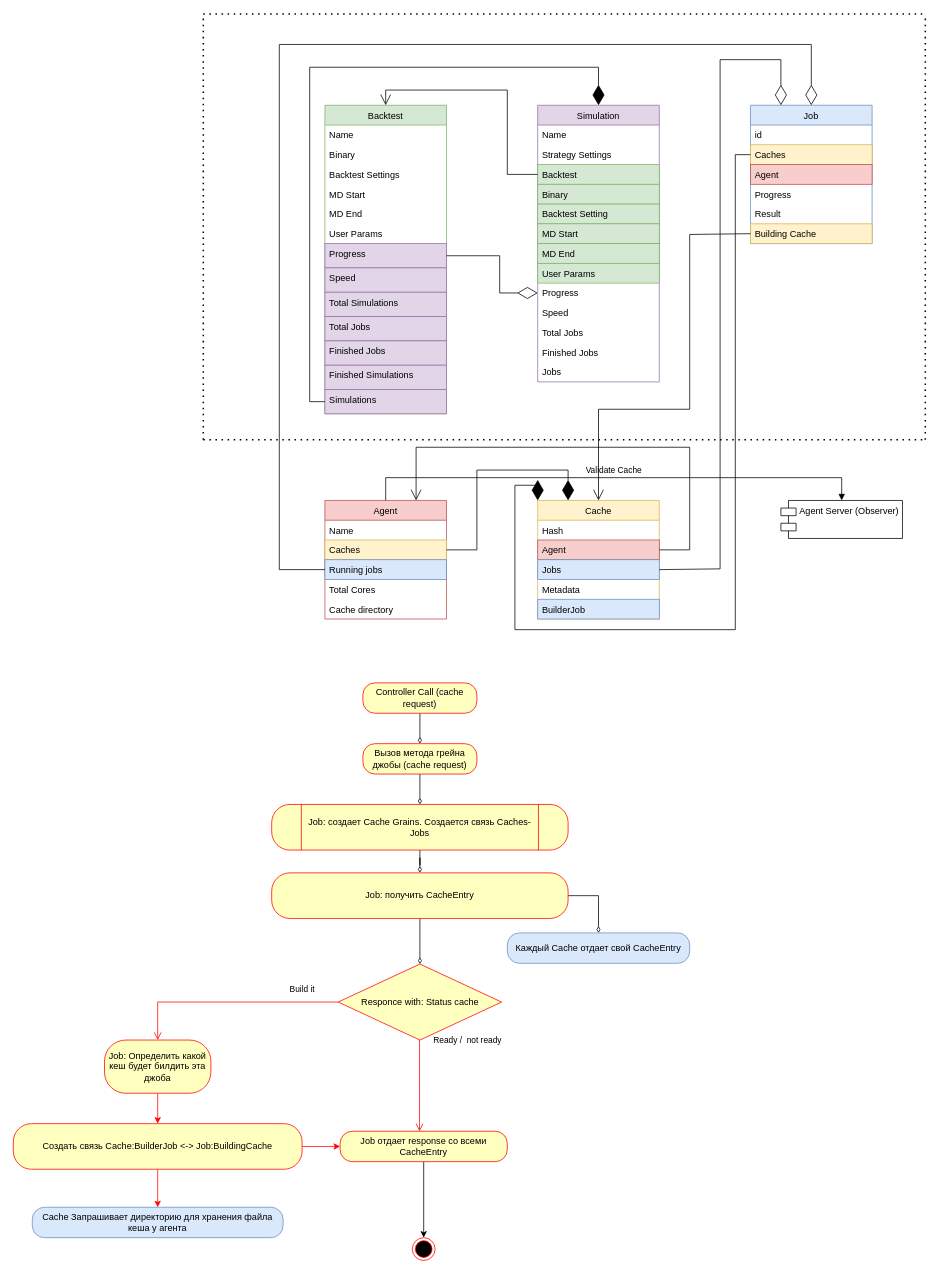
Above: Backtest-Orleans.drawio in aroman35/backtest-unicorn (draw.io), before the change. Source tidied: cells renumbered, new cells numbered last; positions are measured from the earlier drawing's top-left corner, leaving out a move shared by most shapes. Both pictures are drawn from the tidied source at 76%, with x=0, y=0 at pixel (13, 14).
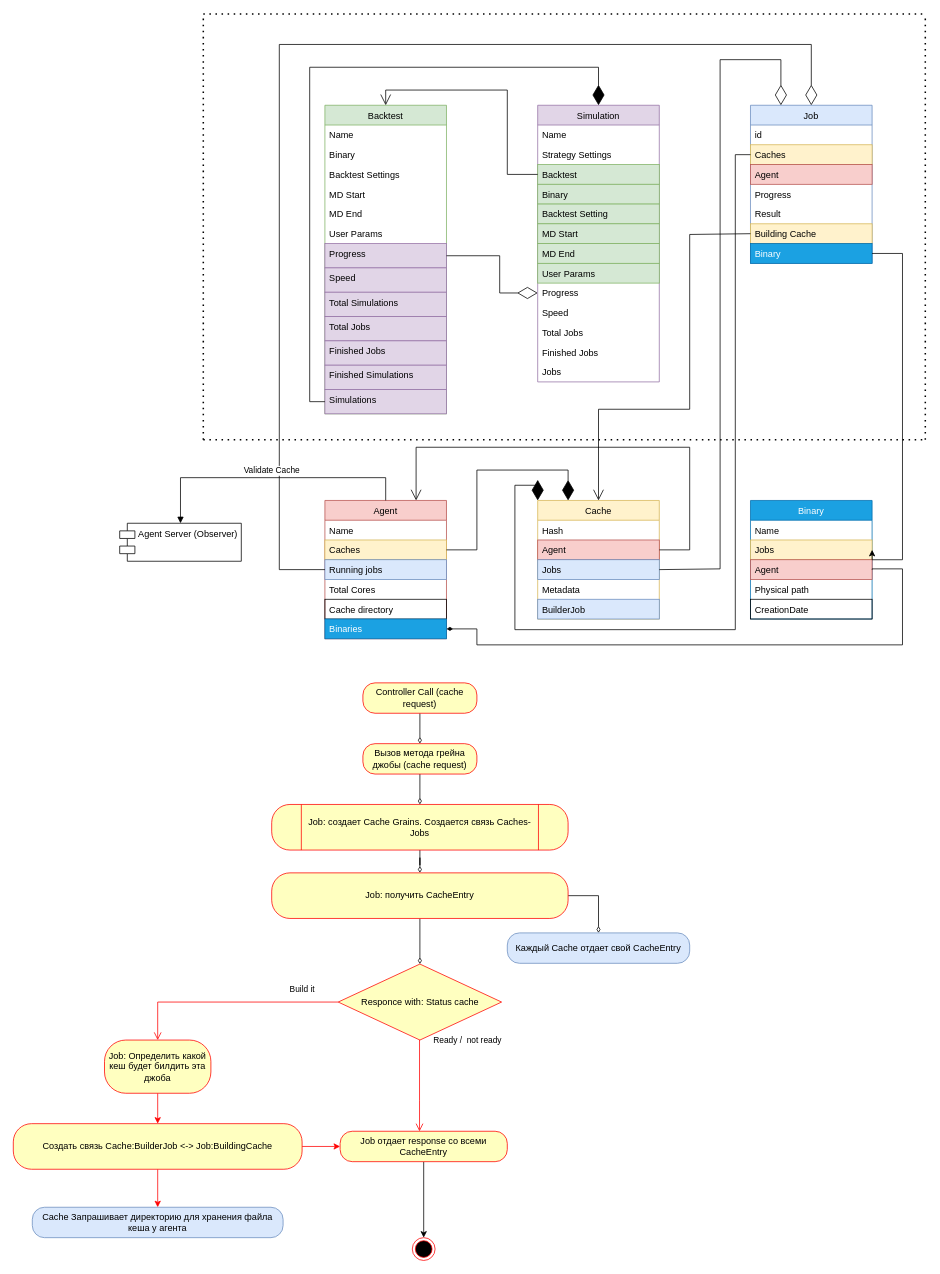
After the change.

What changed in the source:
```diff
@@
     <mxCell id="33" value="Agent" style="swimlane;fontStyle=0;horizontal=1;startSize=26;fillColor=#f8cecc;strokeColor=#b85450;" parent="1" vertex="1">
-      <mxGeometry x="410" y="640" width="160" height="156" as="geometry" />
+      <mxGeometry x="410" y="640" width="160" height="182" as="geometry" />
     </mxCell>
@@
-    <mxCell id="38" value="Cache directory" style="text;strokeColor=none;fillColor=none;align=left;verticalAlign=top;spacingLeft=4;spacingRight=4;overflow=hidden;" parent="33" vertex="1">
+    <mxCell id="38" value="Cache directory" style="text;strokeColor=default;fillColor=none;align=left;verticalAlign=top;spacingLeft=4;spacingRight=4;overflow=hidden;" parent="33" vertex="1">
       <mxGeometry y="130" width="160" height="26" as="geometry" />
     </mxCell>
+    <mxCell id="86" value="Binaries" style="text;strokeColor=#006EAF;fillColor=#1ba1e2;align=left;verticalAlign=top;spacingLeft=4;spacingRight=4;overflow=hidden;points=[[0,0.5],[1,0.5]];portConstraint=eastwest;fontColor=#ffffff;" parent="33" vertex="1">
+      <mxGeometry y="156" width="160" height="26" as="geometry" />
+    </mxCell>
@@
     <mxCell id="45" value="Job" style="swimlane;fontStyle=0;horizontal=1;startSize=26;fillColor=#dae8fc;strokeColor=#6c8ebf;" parent="1" vertex="1">
-      <mxGeometry x="970" y="120" width="160" height="182" as="geometry" />
+      <mxGeometry x="970" y="120" width="160" height="208" as="geometry" />
     </mxCell>
@@
+    <mxCell id="87" value="Binary" style="text;align=left;verticalAlign=top;spacingLeft=4;spacingRight=4;overflow=hidden;points=[[0,0.5],[1,0.5]];portConstraint=eastwest;fillColor=#1ba1e2;strokeColor=#006EAF;fontColor=#ffffff;" parent="45" vertex="1">
+      <mxGeometry y="182" width="160" height="26" as="geometry" />
+    </mxCell>
@@
     <mxCell id="63" value="Agent Server (Observer)" style="shape=module;align=left;spacingLeft=20;align=center;verticalAlign=top;" parent="1" vertex="1">
-      <mxGeometry x="1010" y="640" width="160" height="50" as="geometry" />
+      <mxGeometry x="140" y="670" width="160" height="50" as="geometry" />
     </mxCell>
     <mxCell id="64" value="Validate Cache" style="html=1;verticalAlign=bottom;endArrow=block;rounded=0;exitX=0.5;exitY=0;exitDx=0;exitDy=0;entryX=0.5;entryY=0;entryDx=0;entryDy=0;" parent="1" edge="1" source="33" target="63">
       <mxGeometry relative="1" as="geometry">
         <Array as="points">
           <mxPoint x="490" y="610" />
-          <mxPoint x="810" y="610" />
-          <mxPoint x="1090" y="610" />
+          <mxPoint x="220" y="610" />
         </Array>
       </mxGeometry>
     </mxCell>
@@
+    <mxCell id="88" value="Binary" style="swimlane;fontStyle=0;horizontal=1;startSize=26;fillColor=#1ba1e2;strokeColor=#006EAF;fontColor=#ffffff;" parent="1" vertex="1">
+      <mxGeometry x="970" y="640" width="160" height="156" as="geometry" />
+    </mxCell>
+    <mxCell id="89" value="Name" style="text;strokeColor=none;fillColor=none;align=left;verticalAlign=top;spacingLeft=4;spacingRight=4;overflow=hidden;" parent="88" vertex="1">
+      <mxGeometry y="26" width="160" height="26" as="geometry" />
+    </mxCell>
+    <mxCell id="90" value="Jobs" style="text;strokeColor=#d6b656;fillColor=#fff2cc;align=left;verticalAlign=top;spacingLeft=4;spacingRight=4;overflow=hidden;points=[[0,0.5],[1,0.5]];portConstraint=eastwest;" parent="88" vertex="1">
+      <mxGeometry y="52" width="160" height="26" as="geometry" />
+    </mxCell>
+    <mxCell id="91" value="Agent" style="text;strokeColor=#b85450;fillColor=#f8cecc;align=left;verticalAlign=top;spacingLeft=4;spacingRight=4;overflow=hidden;points=[[0,0.5],[1,0.5]];portConstraint=eastwest;" parent="88" vertex="1">
+      <mxGeometry y="78" width="160" height="26" as="geometry" />
+    </mxCell>
+    <mxCell id="92" value="Physical path" style="text;strokeColor=none;fillColor=none;align=left;verticalAlign=top;spacingLeft=4;spacingRight=4;overflow=hidden;" parent="88" vertex="1">
+      <mxGeometry y="104" width="160" height="26" as="geometry" />
+    </mxCell>
+    <mxCell id="93" value="CreationDate" style="text;strokeColor=default;fillColor=none;align=left;verticalAlign=top;spacingLeft=4;spacingRight=4;overflow=hidden;" parent="88" vertex="1">
+      <mxGeometry y="130" width="160" height="26" as="geometry" />
+    </mxCell>
+    <mxCell id="94" style="edgeStyle=orthogonalEdgeStyle;rounded=0;jettySize=auto;html=1;entryX=1;entryY=0.5;entryDx=0;entryDy=0;" parent="1" edge="1" source="87" target="90">
+      <mxGeometry relative="1" as="geometry">
+        <Array as="points">
+          <mxPoint x="1170" y="315" />
+          <mxPoint x="1170" y="718" />
+        </Array>
+      </mxGeometry>
+    </mxCell>
+    <mxCell id="95" style="edgeStyle=orthogonalEdgeStyle;rounded=0;jettySize=auto;html=1;exitX=1;exitY=0.5;exitDx=0;exitDy=0;entryX=1;entryY=0.5;entryDx=0;entryDy=0;endArrow=diamondThin;endFill=1;" parent="1" edge="1" source="91" target="86">
+      <mxGeometry relative="1" as="geometry">
+        <Array as="points">
+          <mxPoint x="1130" y="730" />
+          <mxPoint x="1170" y="730" />
+          <mxPoint x="1170" y="830" />
+          <mxPoint x="610" y="830" />
+          <mxPoint x="610" y="809" />
+        </Array>
+      </mxGeometry>
+    </mxCell>
```
